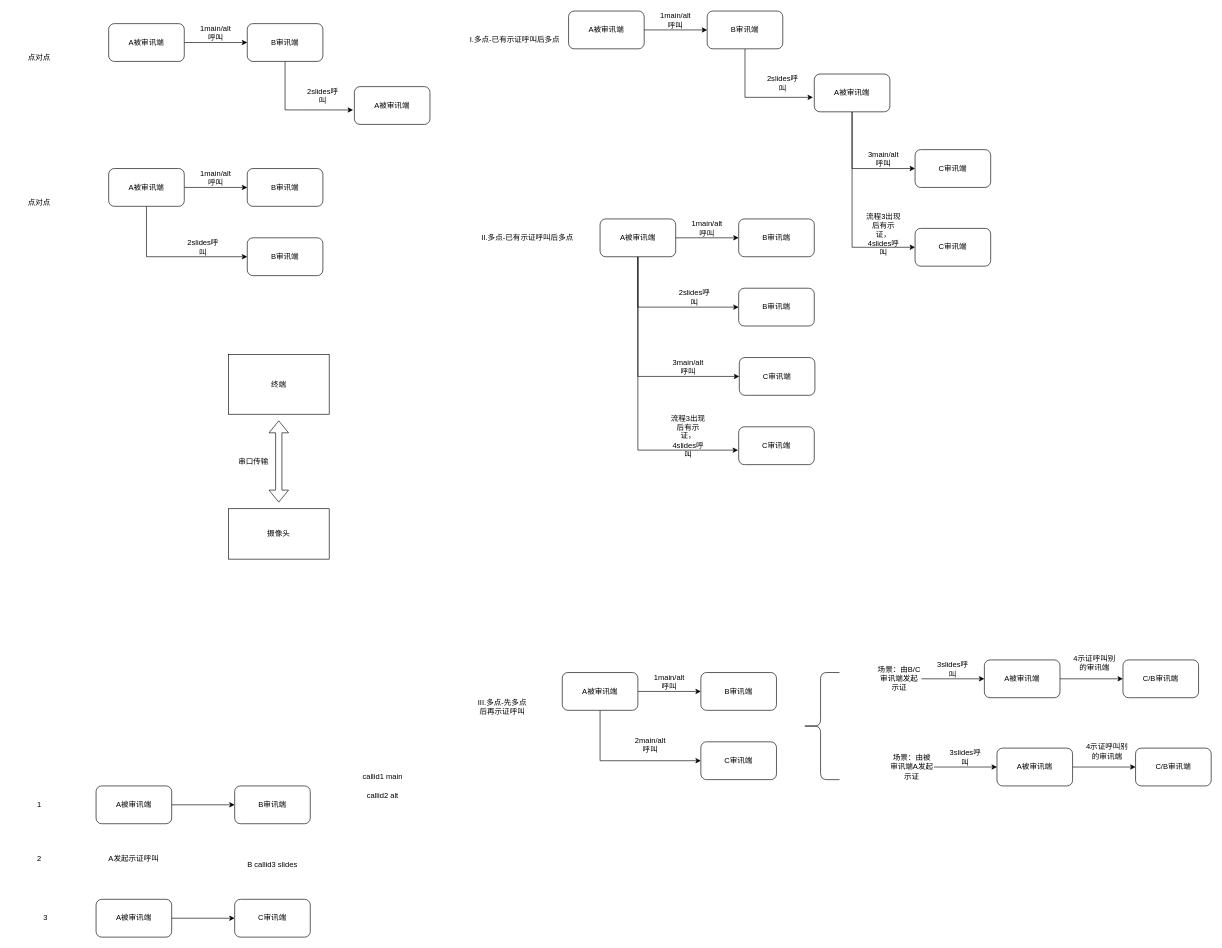
GavinLook/videolearning keeps this draw.io diagram as work1.drawio. Above is the earlier version. Source tidied: cells renumbered, new cells numbered last; positions are measured from the earlier drawing's top-left corner, leaving out a move shared by most shapes. Both pictures are drawn from the tidied source at 63%, with x=0, y=0 at pixel (11, 11).
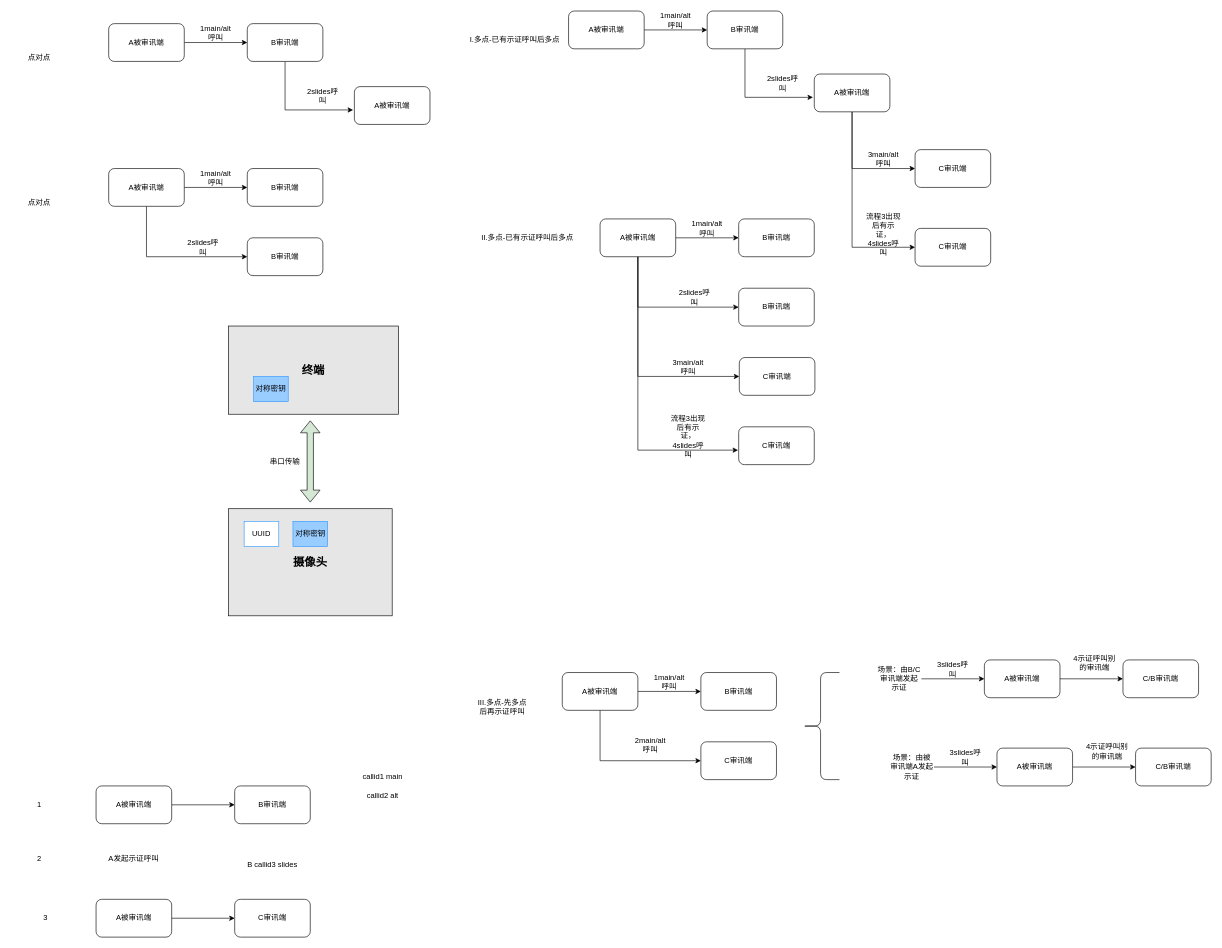
Above is the later version.

Diff of the diagram source:
```diff
@@
-    <mxCell id="82" value="终端" style="rounded=0;whiteSpace=wrap;html=1;" parent="1" vertex="1">
-      <mxGeometry x="345" y="545" width="160" height="95" as="geometry" />
+    <mxCell id="82" value="&lt;b&gt;&lt;font style=&quot;font-size: 18px;&quot;&gt;终端&lt;/font&gt;&lt;/b&gt;" style="rounded=0;whiteSpace=wrap;html=1;fillColor=#E6E6E6;" parent="1" vertex="1">
+      <mxGeometry x="345" y="500" width="270" height="140" as="geometry" />
     </mxCell>
-    <mxCell id="83" value="摄像头" style="rounded=0;whiteSpace=wrap;html=1;" parent="1" vertex="1">
-      <mxGeometry x="345" y="790" width="160" height="80" as="geometry" />
+    <mxCell id="83" value="&lt;b&gt;&lt;font style=&quot;font-size: 18px;&quot;&gt;摄像头&lt;/font&gt;&lt;/b&gt;" style="rounded=0;whiteSpace=wrap;html=1;fillColor=#E6E6E6;" parent="1" vertex="1">
+      <mxGeometry x="345" y="790" width="260" height="170" as="geometry" />
     </mxCell>
-    <mxCell id="84" style="shape=flexArrow;endArrow=classic;startArrow=classic;html=1;rounded=0;" parent="1" edge="1">
+    <mxCell id="84" style="shape=flexArrow;endArrow=classic;startArrow=classic;html=1;rounded=0;fillColor=#D5E8D4;" parent="1" edge="1">
       <mxGeometry relative="1" as="geometry">
-        <mxPoint x="425" y="780" as="sourcePoint" />
-        <mxPoint x="425" y="650" as="targetPoint" />
+        <mxPoint x="475" y="780" as="sourcePoint" />
+        <mxPoint x="475" y="650" as="targetPoint" />
       </mxGeometry>
     </mxCell>
     <mxCell id="85" value="串口传输" style="text;html=1;whiteSpace=wrap;strokeColor=none;fillColor=none;align=center;verticalAlign=middle;rounded=0;" parent="1" vertex="1">
-      <mxGeometry x="355" y="700" width="60" height="30" as="geometry" />
+      <mxGeometry x="405" y="700" width="60" height="30" as="geometry" />
     </mxCell>
+    <mxCell id="86" value="UUID" style="rounded=0;whiteSpace=wrap;html=1;strokeColor=#3399FF;" parent="1" vertex="1">
+      <mxGeometry x="370" y="810" width="55" height="40" as="geometry" />
+    </mxCell>
+    <mxCell id="87" value="对称密钥" style="rounded=0;whiteSpace=wrap;html=1;strokeColor=#3399FF;fillColor=#99CCFF;" parent="1" vertex="1">
+      <mxGeometry x="447.5" y="810" width="55" height="40" as="geometry" />
+    </mxCell>
+    <mxCell id="88" value="对称密钥" style="rounded=0;whiteSpace=wrap;html=1;strokeColor=#3399FF;fillColor=#99CCFF;" parent="1" vertex="1">
+      <mxGeometry x="385" y="580" width="55" height="40" as="geometry" />
+    </mxCell>
```
